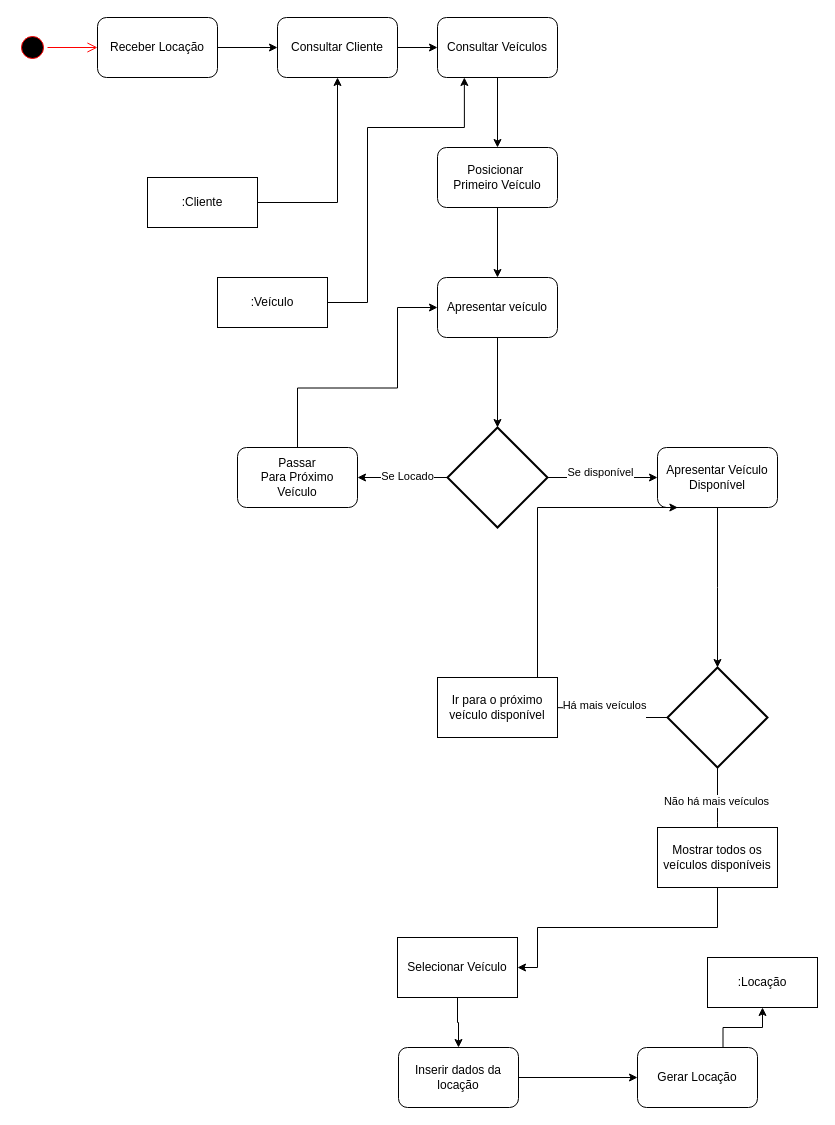
Above: diagrams/sistema-locacao-veiculos.drawio in snake-outerheaven/uml-in-it (draw.io), before the change. Source tidied: cells renumbered, new cells numbered last; positions are measured from the earlier drawing's top-left corner, leaving out a move shared by most shapes. Both pictures are drawn from the tidied source at 100%, with x=0, y=0 at pixel (17, 17).
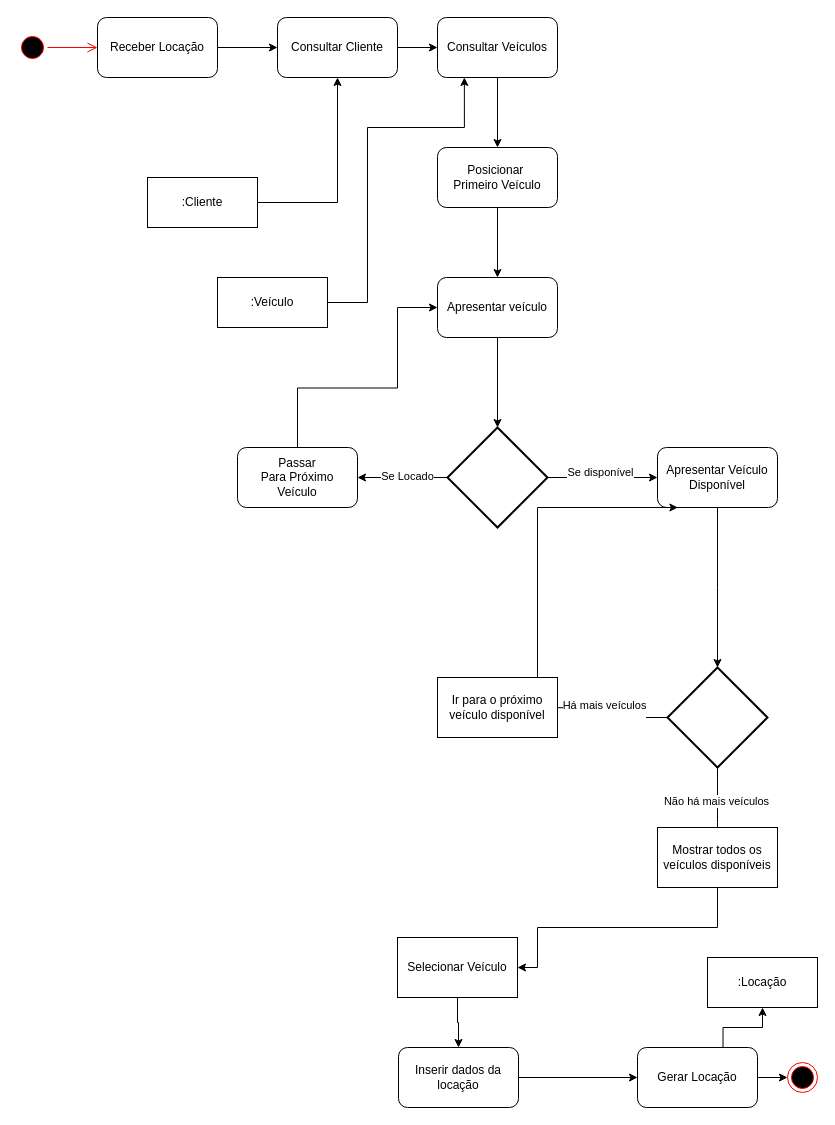
Above is the later version.

Commit message:
add end part on diag

Unchanged cells that the change refers to:
```xml
<mxCell id="40" value="Gerar Locação" style="rounded=1;whiteSpace=wrap;html=1;roundedPerimeter=1;" parent="1" vertex="1">
  <mxGeometry x="620" y="1030" width="120" height="60" as="geometry" />
</mxCell>
```

What changed in the source:
```diff
@@
+    <mxCell id="43" style="edgeStyle=orthogonalEdgeStyle;rounded=0;jettySize=auto;html=1;entryX=0;entryY=0.5;entryDx=0;entryDy=0;defaultLabelBackgroundColor=page;" parent="1" edge="1" source="40" target="44">
+      <mxGeometry relative="1" as="geometry" />
+    </mxCell>
@@
+    <mxCell id="44" style="ellipse;html=1;shape=endState;fillColor=#000000;strokeColor=#ff0000;" parent="1" vertex="1">
+      <mxGeometry x="770" y="1045" width="30" height="30" as="geometry" />
+    </mxCell>
```
